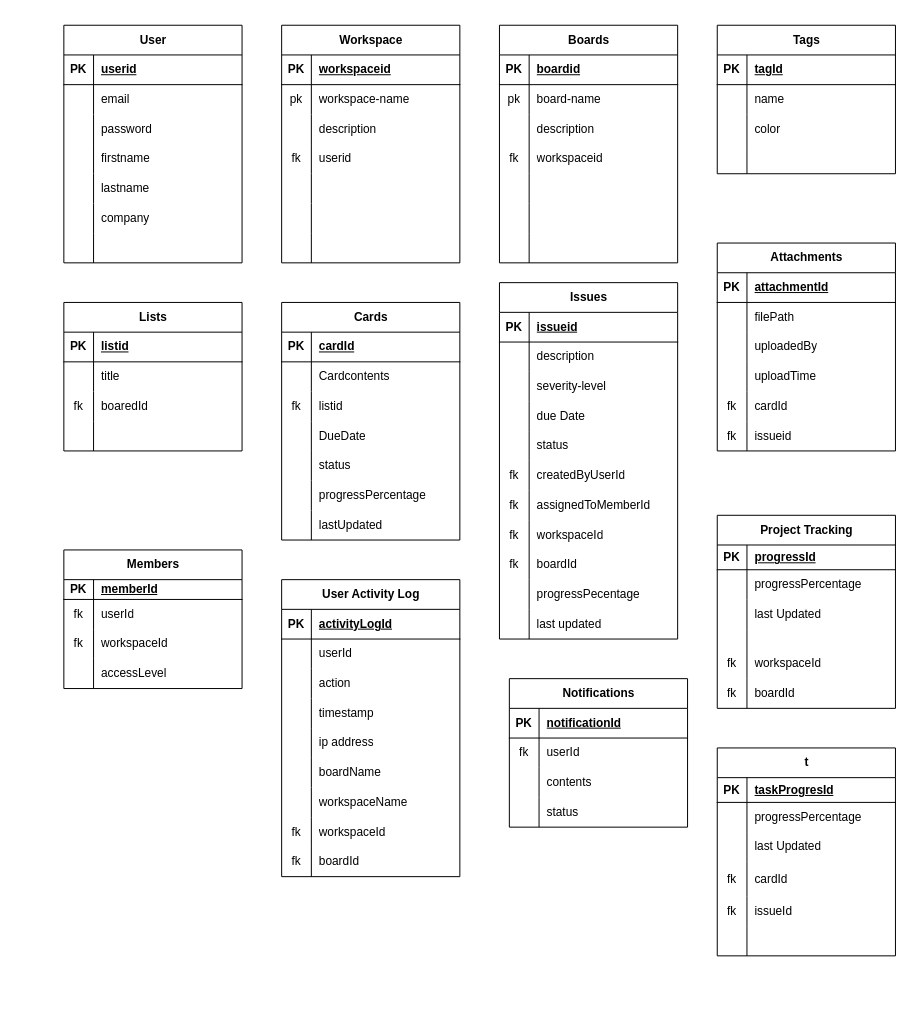
Earlier version of the draw.io diagram Ensra Database Design.drawio (Melat369/Diagram). Source tidied: cells renumbered, new cells numbered last; positions are measured from the earlier drawing's top-left corner, leaving out a move shared by most shapes. Both pictures are drawn from the tidied source at 99%, with x=0, y=0 at pixel (63, 25).
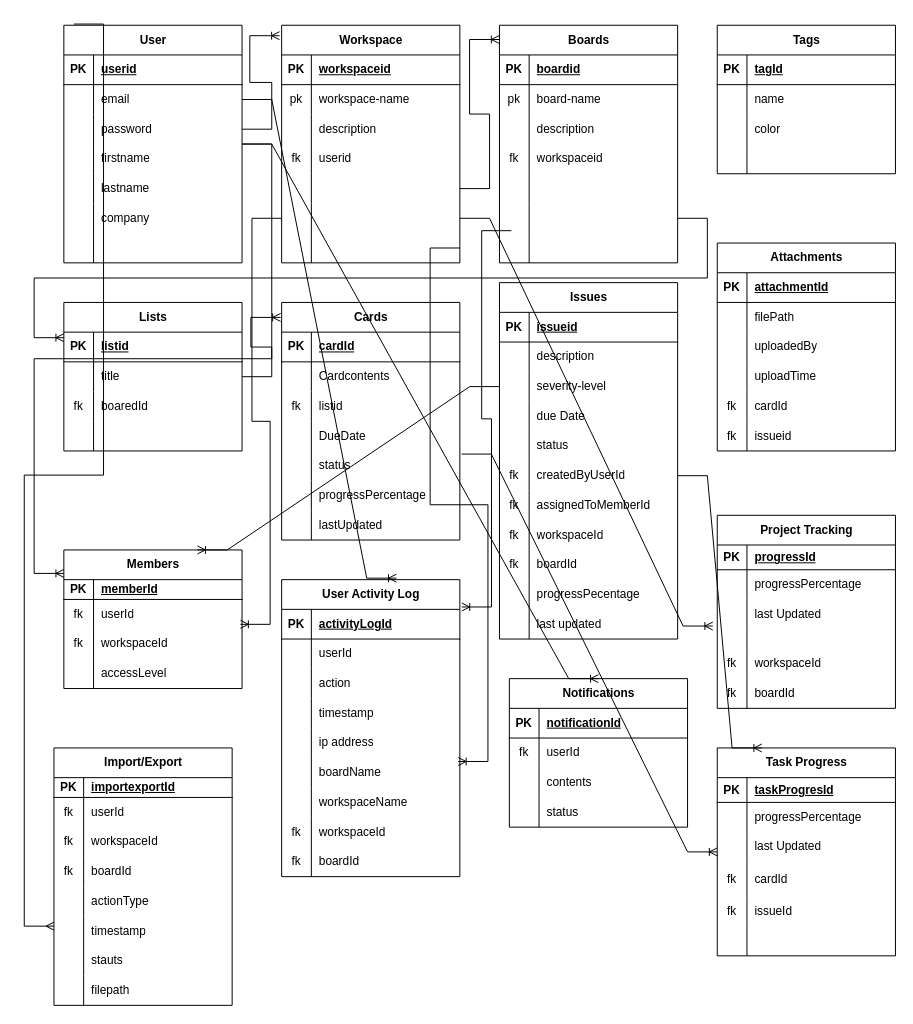
After the change.

Unchanged cells that the change refers to:
```xml
<mxCell id="2" value="User" style="shape=table;startSize=30;childLayout=tableLayout;rowLines=0;fontStyle=1;align=center;html=1;" parent="1" vertex="1">
  <mxGeometry width="180" height="240" as="geometry" />
</mxCell>
<mxCell id="6" style="shape=tableRow;horizontal=0;startSize=0;swimlaneHead=0;swimlaneBody=0;fillColor=none;points=[[0,0.5],[1,0.5]];portConstraint=eastwest;top=0;left=0;right=0;bottom=0;" parent="2" vertex="1">
  <mxGeometry y="60" width="180" height="30" as="geometry" />
</mxCell>
<mxCell id="9" style="shape=tableRow;horizontal=0;startSize=0;swimlaneHead=0;swimlaneBody=0;fillColor=none;points=[[0,0.5],[1,0.5]];portConstraint=eastwest;top=0;left=0;right=0;bottom=0;" parent="2" vertex="1">
  <mxGeometry y="90" width="180" height="30" as="geometry" />
</mxCell>
<mxCell id="24" value="Workspace" style="shape=table;startSize=30;childLayout=tableLayout;rowLines=0;fontStyle=1;align=center;html=1;" parent="1" vertex="1">
  <mxGeometry x="220" width="180" height="240" as="geometry" />
</mxCell>
<mxCell id="37" style="shape=tableRow;horizontal=0;startSize=0;swimlaneHead=0;swimlaneBody=0;fillColor=none;points=[[0,0.5],[1,0.5]];portConstraint=eastwest;top=0;left=0;right=0;bottom=0;" parent="24" vertex="1">
  <mxGeometry y="150" width="180" height="30" as="geometry" />
</mxCell>
<mxCell id="40" style="shape=tableRow;horizontal=0;startSize=0;swimlaneHead=0;swimlaneBody=0;fillColor=none;points=[[0,0.5],[1,0.5]];portConstraint=eastwest;top=0;left=0;right=0;bottom=0;" parent="24" vertex="1">
  <mxGeometry y="180" width="180" height="30" as="geometry" />
</mxCell>
<mxCell id="43" style="shape=tableRow;horizontal=0;startSize=0;swimlaneHead=0;swimlaneBody=0;fillColor=none;points=[[0,0.5],[1,0.5]];portConstraint=eastwest;top=0;left=0;right=0;bottom=0;" parent="24" vertex="1">
  <mxGeometry y="210" width="180" height="30" as="geometry" />
</mxCell>
<mxCell id="46" value="Boards" style="shape=table;startSize=30;childLayout=tableLayout;rowLines=0;fontStyle=1;align=center;html=1;" parent="1" vertex="1">
  <mxGeometry x="440" width="180" height="240" as="geometry" />
</mxCell>
<mxCell id="62" style="shape=tableRow;horizontal=0;startSize=0;swimlaneHead=0;swimlaneBody=0;fillColor=none;points=[[0,0.5],[1,0.5]];portConstraint=eastwest;top=0;left=0;right=0;bottom=0;" parent="46" vertex="1">
  <mxGeometry y="180" width="180" height="30" as="geometry" />
</mxCell>
<mxCell id="65" style="shape=tableRow;horizontal=0;startSize=0;swimlaneHead=0;swimlaneBody=0;fillColor=none;points=[[0,0.5],[1,0.5]];portConstraint=eastwest;top=0;left=0;right=0;bottom=0;" parent="46" vertex="1">
  <mxGeometry y="210" width="180" height="30" as="geometry" />
</mxCell>
<mxCell id="72" style="shape=tableRow;horizontal=0;startSize=0;swimlaneHead=0;swimlaneBody=0;fillColor=none;points=[[0,0.5],[1,0.5]];portConstraint=eastwest;top=0;left=0;right=0;bottom=0;" parent="68" vertex="1">
  <mxGeometry y="60" width="180" height="30" as="geometry" />
</mxCell>
<mxCell id="81" value="Cards" style="shape=table;startSize=30;childLayout=tableLayout;rowLines=0;fontStyle=1;align=center;html=1;" parent="1" vertex="1">
  <mxGeometry x="220" y="280" width="180" height="240" as="geometry" />
</mxCell>
<mxCell id="94" style="shape=tableRow;horizontal=0;startSize=0;swimlaneHead=0;swimlaneBody=0;fillColor=none;points=[[0,0.5],[1,0.5]];portConstraint=eastwest;top=0;left=0;right=0;bottom=0;" parent="81" vertex="1">
  <mxGeometry y="150" width="180" height="30" as="geometry" />
</mxCell>
<mxCell id="110" style="shape=tableRow;horizontal=0;startSize=0;swimlaneHead=0;swimlaneBody=0;fillColor=none;points=[[0,0.5],[1,0.5]];portConstraint=eastwest;top=0;left=0;right=0;bottom=0;" parent="103" vertex="1">
  <mxGeometry y="90" width="180" height="30" as="geometry" />
</mxCell>
<mxCell id="119" style="shape=tableRow;horizontal=0;startSize=0;swimlaneHead=0;swimlaneBody=0;fillColor=none;points=[[0,0.5],[1,0.5]];portConstraint=eastwest;top=0;left=0;right=0;bottom=0;" parent="103" vertex="1">
  <mxGeometry y="180" width="180" height="30" as="geometry" />
</mxCell>
<mxCell id="137" value="Notifications" style="shape=table;startSize=30;childLayout=tableLayout;rowLines=0;fontStyle=1;align=center;html=1;" parent="1" vertex="1">
  <mxGeometry x="450" y="660" width="180" height="150" as="geometry" />
</mxCell>
<mxCell id="150" value="User Activity Log" style="shape=table;startSize=30;childLayout=tableLayout;rowLines=0;fontStyle=1;align=center;html=1;" parent="1" vertex="1">
  <mxGeometry x="220" y="560" width="180" height="300" as="geometry" />
</mxCell>
<mxCell id="166" style="shape=tableRow;horizontal=0;startSize=0;swimlaneHead=0;swimlaneBody=0;fillColor=none;points=[[0,0.5],[1,0.5]];portConstraint=eastwest;top=0;left=0;right=0;bottom=0;" parent="150" vertex="1">
  <mxGeometry y="180" width="180" height="30" as="geometry" />
</mxCell>
<mxCell id="178" value="Members" style="shape=table;startSize=30;childLayout=tableLayout;rowLines=0;fontStyle=1;align=center;html=1;" parent="1" vertex="1">
  <mxGeometry y="530" width="180" height="140" as="geometry" />
</mxCell>
<mxCell id="182" style="shape=tableRow;horizontal=0;startSize=0;swimlaneHead=0;swimlaneBody=0;fillColor=none;points=[[0,0.5],[1,0.5]];portConstraint=eastwest;top=0;left=0;right=0;bottom=0;" parent="178" vertex="1">
  <mxGeometry y="50" width="180" height="30" as="geometry" />
</mxCell>
<mxCell id="233" style="shape=tableRow;horizontal=0;startSize=0;swimlaneHead=0;swimlaneBody=0;fillColor=none;points=[[0,0.5],[1,0.5]];portConstraint=eastwest;top=0;left=0;right=0;bottom=0;" parent="223" vertex="1">
  <mxGeometry y="115" width="180" height="20" as="geometry" />
</mxCell>
```

Change to the diagram source:
```diff
@@
-    <mxCell id="242" value="t" style="shape=table;startSize=30;childLayout=tableLayout;rowLines=0;fontStyle=1;align=center;html=1;" parent="1" vertex="1">
+    <mxCell id="242" value="Task Progress" style="shape=table;startSize=30;childLayout=tableLayout;rowLines=0;fontStyle=1;align=center;html=1;" parent="1" vertex="1">
       <mxGeometry x="660" y="730" width="180" height="210" as="geometry" />
     </mxCell>
@@
+    <mxCell id="261" value="Import/Export" style="shape=table;startSize=30;childLayout=tableLayout;rowLines=0;fontStyle=1;align=center;html=1;" parent="1" vertex="1">
+      <mxGeometry x="-10" y="730" width="180" height="260" as="geometry" />
+    </mxCell>
+    <mxCell id="262" style="shape=tableRow;horizontal=0;startSize=0;swimlaneHead=0;swimlaneBody=0;fillColor=none;top=0;left=0;right=0;bottom=1;" parent="261" vertex="1">
+      <mxGeometry y="30" width="180" height="20" as="geometry" />
+    </mxCell>
+    <mxCell id="263" value="PK" style="shape=partialRectangle;fillColor=none;top=0;left=0;bottom=0;right=0;fontStyle=1;overflow=hidden;whiteSpace=wrap;html=1;" parent="262" vertex="1">
+      <mxGeometry width="30" height="20" as="geometry" />
+    </mxCell>
+    <mxCell id="264" value="importexportId" style="shape=partialRectangle;fillColor=none;top=0;left=0;bottom=0;right=0;align=left;spacingLeft=6;fontStyle=5;overflow=hidden;whiteSpace=wrap;html=1;" parent="262" vertex="1">
+      <mxGeometry x="30" width="150" height="20" as="geometry" />
+    </mxCell>
+    <mxCell id="265" style="shape=tableRow;horizontal=0;startSize=0;swimlaneHead=0;swimlaneBody=0;fillColor=none;top=0;left=0;right=0;bottom=0;" parent="261" vertex="1">
+      <mxGeometry y="50" width="180" height="30" as="geometry" />
+    </mxCell>
+    <mxCell id="266" value="fk" style="shape=partialRectangle;fillColor=none;top=0;left=0;bottom=0;right=0;overflow=hidden;whiteSpace=wrap;html=1;" parent="265" vertex="1">
+      <mxGeometry width="30" height="30" as="geometry" />
+    </mxCell>
+    <mxCell id="267" value="userId" style="shape=partialRectangle;fillColor=none;top=0;left=0;bottom=0;right=0;align=left;spacingLeft=6;overflow=hidden;whiteSpace=wrap;html=1;" parent="265" vertex="1">
+      <mxGeometry x="30" width="150" height="30" as="geometry" />
+    </mxCell>
+    <mxCell id="268" style="shape=tableRow;horizontal=0;startSize=0;swimlaneHead=0;swimlaneBody=0;fillColor=none;top=0;left=0;right=0;bottom=0;" parent="261" vertex="1">
+      <mxGeometry y="80" width="180" height="30" as="geometry" />
+    </mxCell>
+    <mxCell id="269" value="fk" style="shape=partialRectangle;fillColor=none;top=0;left=0;bottom=0;right=0;overflow=hidden;whiteSpace=wrap;html=1;" parent="268" vertex="1">
+      <mxGeometry width="30" height="30" as="geometry" />
+    </mxCell>
+    <mxCell id="270" value="workspaceId" style="shape=partialRectangle;fillColor=none;top=0;left=0;bottom=0;right=0;align=left;spacingLeft=6;overflow=hidden;whiteSpace=wrap;html=1;" parent="268" vertex="1">
+      <mxGeometry x="30" width="150" height="30" as="geometry" />
+    </mxCell>
+    <mxCell id="271" style="shape=tableRow;horizontal=0;startSize=0;swimlaneHead=0;swimlaneBody=0;fillColor=none;top=0;left=0;right=0;bottom=0;" parent="261" vertex="1">
+      <mxGeometry y="110" width="180" height="30" as="geometry" />
+    </mxCell>
+    <mxCell id="272" value="fk" style="shape=partialRectangle;fillColor=none;top=0;left=0;bottom=0;right=0;overflow=hidden;whiteSpace=wrap;html=1;" parent="271" vertex="1">
+      <mxGeometry width="30" height="30" as="geometry" />
+    </mxCell>
+    <mxCell id="273" value="boardId" style="shape=partialRectangle;fillColor=none;top=0;left=0;bottom=0;right=0;align=left;spacingLeft=6;overflow=hidden;whiteSpace=wrap;html=1;" parent="271" vertex="1">
+      <mxGeometry x="30" width="150" height="30" as="geometry" />
+    </mxCell>
+    <mxCell id="274" style="shape=tableRow;horizontal=0;startSize=0;swimlaneHead=0;swimlaneBody=0;fillColor=none;top=0;left=0;right=0;bottom=0;" parent="261" vertex="1">
+      <mxGeometry y="140" width="180" height="30" as="geometry" />
+    </mxCell>
+    <mxCell id="275" style="shape=partialRectangle;fillColor=none;top=0;left=0;bottom=0;right=0;overflow=hidden;whiteSpace=wrap;html=1;" parent="274" vertex="1">
+      <mxGeometry width="30" height="30" as="geometry" />
+    </mxCell>
+    <mxCell id="276" value="actionType" style="shape=partialRectangle;fillColor=none;top=0;left=0;bottom=0;right=0;align=left;spacingLeft=6;overflow=hidden;whiteSpace=wrap;html=1;" parent="274" vertex="1">
+      <mxGeometry x="30" width="150" height="30" as="geometry" />
+    </mxCell>
+    <mxCell id="277" style="shape=tableRow;horizontal=0;startSize=0;swimlaneHead=0;swimlaneBody=0;fillColor=none;top=0;left=0;right=0;bottom=0;" parent="261" vertex="1">
+      <mxGeometry y="170" width="180" height="30" as="geometry" />
+    </mxCell>
+    <mxCell id="278" style="shape=partialRectangle;fillColor=none;top=0;left=0;bottom=0;right=0;overflow=hidden;whiteSpace=wrap;html=1;" parent="277" vertex="1">
+      <mxGeometry width="30" height="30" as="geometry" />
+    </mxCell>
+    <mxCell id="279" value="timestamp" style="shape=partialRectangle;fillColor=none;top=0;left=0;bottom=0;right=0;align=left;spacingLeft=6;overflow=hidden;whiteSpace=wrap;html=1;" parent="277" vertex="1">
+      <mxGeometry x="30" width="150" height="30" as="geometry" />
+    </mxCell>
+    <mxCell id="280" style="shape=tableRow;horizontal=0;startSize=0;swimlaneHead=0;swimlaneBody=0;fillColor=none;top=0;left=0;right=0;bottom=0;" parent="261" vertex="1">
+      <mxGeometry y="200" width="180" height="30" as="geometry" />
+    </mxCell>
+    <mxCell id="281" style="shape=partialRectangle;fillColor=none;top=0;left=0;bottom=0;right=0;overflow=hidden;whiteSpace=wrap;html=1;" parent="280" vertex="1">
+      <mxGeometry width="30" height="30" as="geometry" />
+    </mxCell>
+    <mxCell id="282" value="stauts" style="shape=partialRectangle;fillColor=none;top=0;left=0;bottom=0;right=0;align=left;spacingLeft=6;overflow=hidden;whiteSpace=wrap;html=1;" parent="280" vertex="1">
+      <mxGeometry x="30" width="150" height="30" as="geometry" />
+    </mxCell>
+    <mxCell id="283" style="shape=tableRow;horizontal=0;startSize=0;swimlaneHead=0;swimlaneBody=0;fillColor=none;top=0;left=0;right=0;bottom=0;" parent="261" vertex="1">
+      <mxGeometry y="230" width="180" height="30" as="geometry" />
+    </mxCell>
+    <mxCell id="284" style="shape=partialRectangle;fillColor=none;top=0;left=0;bottom=0;right=0;overflow=hidden;whiteSpace=wrap;html=1;" parent="283" vertex="1">
+      <mxGeometry width="30" height="30" as="geometry" />
+    </mxCell>
+    <mxCell id="285" value="filepath" style="shape=partialRectangle;fillColor=none;top=0;left=0;bottom=0;right=0;align=left;spacingLeft=6;overflow=hidden;whiteSpace=wrap;html=1;" parent="283" vertex="1">
+      <mxGeometry x="30" width="150" height="30" as="geometry" />
+    </mxCell>
+    <mxCell id="286" style="edgeStyle=entityRelationEdgeStyle;fontSize=12;html=1;endArrow=ERoneToMany;rounded=0;exitX=1;exitY=0.5;exitDx=0;exitDy=0;entryX=-0.012;entryY=0.044;entryDx=0;entryDy=0;entryPerimeter=0;" parent="1" edge="1" source="9" target="24">
+      <mxGeometry relative="1" as="geometry" />
+    </mxCell>
+    <mxCell id="287" style="edgeStyle=entityRelationEdgeStyle;fontSize=12;html=1;endArrow=ERoneToMany;rounded=0;exitX=1;exitY=0.5;exitDx=0;exitDy=0;entryX=-0.001;entryY=0.06;entryDx=0;entryDy=0;entryPerimeter=0;" parent="1" edge="1" source="37" target="46">
+      <mxGeometry relative="1" as="geometry" />
+    </mxCell>
+    <mxCell id="288" style="edgeStyle=entityRelationEdgeStyle;fontSize=12;html=1;endArrow=ERoneToMany;rounded=0;entryX=1.056;entryY=-0.333;entryDx=0;entryDy=0;entryPerimeter=0;" parent="1" edge="1" source="62">
+      <mxGeometry relative="1" as="geometry">
+        <mxPoint y="315.6" as="targetPoint" />
+        <Array as="points">
+          <mxPoint x="109.9" y="259.6" />
+        </Array>
+      </mxGeometry>
+    </mxCell>
+    <mxCell id="289" style="edgeStyle=entityRelationEdgeStyle;fontSize=12;html=1;endArrow=ERoneToMany;rounded=0;entryX=-0.006;entryY=0.063;entryDx=0;entryDy=0;entryPerimeter=0;exitX=1;exitY=0.5;exitDx=0;exitDy=0;" parent="1" edge="1" source="72" target="81">
+      <mxGeometry relative="1" as="geometry" />
+    </mxCell>
+    <mxCell id="290" style="edgeStyle=entityRelationEdgeStyle;fontSize=12;html=1;endArrow=ERoneToMany;rounded=0;entryX=0.991;entryY=0.838;entryDx=0;entryDy=0;entryPerimeter=0;exitX=0;exitY=0.5;exitDx=0;exitDy=0;" parent="1" edge="1" source="40" target="182">
+      <mxGeometry relative="1" as="geometry" />
+    </mxCell>
+    <mxCell id="291" style="edgeStyle=entityRelationEdgeStyle;fontSize=12;html=1;endArrow=ERoneToMany;rounded=0;" parent="1" edge="1" source="2">
+      <mxGeometry relative="1" as="geometry">
+        <mxPoint y="553.7" as="targetPoint" />
+        <Array as="points">
+          <mxPoint x="-50" y="261.2" />
+          <mxPoint x="-40" y="270" />
+          <mxPoint x="100" y="450" />
+          <mxPoint x="-30" y="281.2" />
+        </Array>
+      </mxGeometry>
+    </mxCell>
+    <mxCell id="292" style="edgeStyle=entityRelationEdgeStyle;fontSize=12;html=1;endArrow=ERoneToMany;rounded=0;entryX=0.644;entryY=-0.005;entryDx=0;entryDy=0;entryPerimeter=0;exitX=1;exitY=0.5;exitDx=0;exitDy=0;" parent="1" edge="1" source="6" target="150">
+      <mxGeometry relative="1" as="geometry">
+        <Array as="points">
+          <mxPoint x="180" y="340" />
+        </Array>
+      </mxGeometry>
+    </mxCell>
+    <mxCell id="293" style="edgeStyle=entityRelationEdgeStyle;fontSize=12;html=1;endArrow=ERoneToMany;rounded=0;exitX=1;exitY=0.5;exitDx=0;exitDy=0;entryX=0.991;entryY=0.123;entryDx=0;entryDy=0;entryPerimeter=0;" parent="1" edge="1" source="43" target="166">
+      <mxGeometry relative="1" as="geometry" />
+    </mxCell>
+    <mxCell id="294" style="edgeStyle=entityRelationEdgeStyle;fontSize=12;html=1;endArrow=ERoneToMany;rounded=0;entryX=1.011;entryY=0.092;entryDx=0;entryDy=0;entryPerimeter=0;exitX=0.067;exitY=-0.083;exitDx=0;exitDy=0;exitPerimeter=0;" parent="1" edge="1" source="65" target="150">
+      <mxGeometry relative="1" as="geometry" />
+    </mxCell>
+    <mxCell id="295" style="edgeStyle=entityRelationEdgeStyle;fontSize=12;html=1;endArrow=ERoneToMany;rounded=0;entryX=0.5;entryY=0;entryDx=0;entryDy=0;" parent="1" edge="1" source="2" target="137">
+      <mxGeometry relative="1" as="geometry" />
+    </mxCell>
+    <mxCell id="296" style="edgeStyle=entityRelationEdgeStyle;fontSize=12;html=1;endArrow=ERmany;rounded=0;exitX=0.056;exitY=-0.005;exitDx=0;exitDy=0;exitPerimeter=0;" parent="1" edge="1" source="2">
+      <mxGeometry relative="1" as="geometry">
+        <mxPoint x="-10" y="910" as="targetPoint" />
+      </mxGeometry>
+    </mxCell>
+    <mxCell id="297" style="edgeStyle=entityRelationEdgeStyle;fontSize=12;html=1;endArrow=ERoneToMany;rounded=0;exitX=1;exitY=0.5;exitDx=0;exitDy=0;entryX=-0.025;entryY=-0.157;entryDx=0;entryDy=0;entryPerimeter=0;" parent="1" edge="1" source="40" target="233">
+      <mxGeometry relative="1" as="geometry" />
+    </mxCell>
+    <mxCell id="298" style="edgeStyle=entityRelationEdgeStyle;fontSize=12;html=1;endArrow=ERoneToMany;rounded=0;exitX=1.01;exitY=0.105;exitDx=0;exitDy=0;exitPerimeter=0;" parent="1" edge="1" source="94" target="242">
+      <mxGeometry relative="1" as="geometry" />
+    </mxCell>
+    <mxCell id="299" style="edgeStyle=entityRelationEdgeStyle;fontSize=12;html=1;endArrow=ERoneToMany;rounded=0;entryX=0.25;entryY=0;entryDx=0;entryDy=0;exitX=1;exitY=0.5;exitDx=0;exitDy=0;" parent="1" edge="1" source="119" target="242">
+      <mxGeometry relative="1" as="geometry" />
+    </mxCell>
+    <mxCell id="300" style="edgeStyle=entityRelationEdgeStyle;fontSize=12;html=1;endArrow=ERoneToMany;rounded=0;exitX=0;exitY=0.5;exitDx=0;exitDy=0;entryX=0.75;entryY=0;entryDx=0;entryDy=0;" parent="1" edge="1" source="110" target="178">
+      <mxGeometry relative="1" as="geometry" />
+    </mxCell>
```
